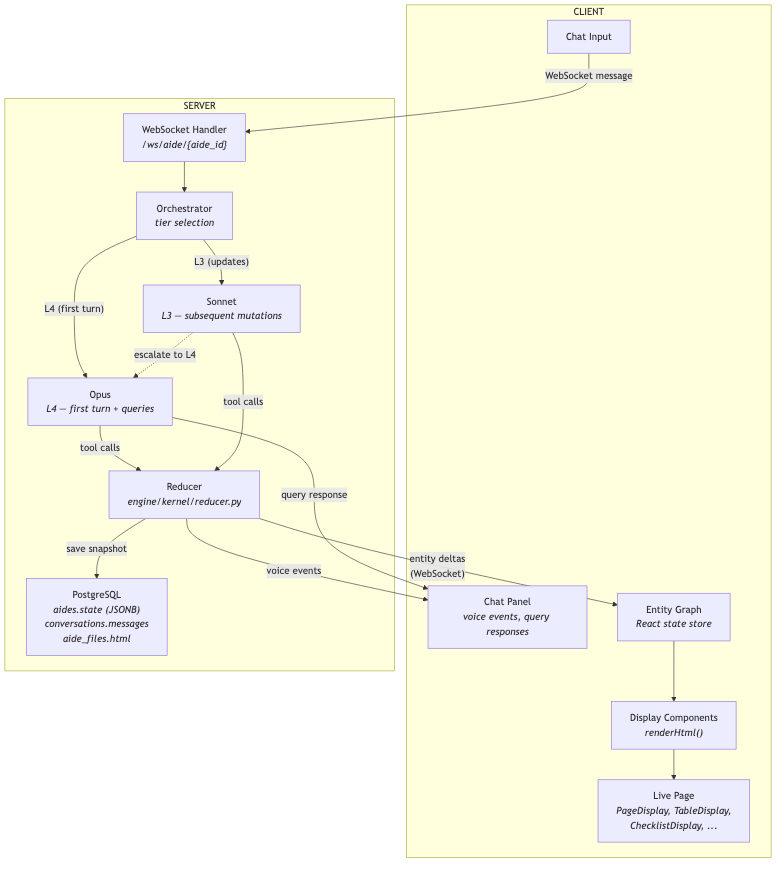
The Mermaid diagram docs/eng_design/aide_architecture.png in zcancio/aide, before a commit. Its source is kept beside it as docs/eng_design/aide_architecture.mmd.
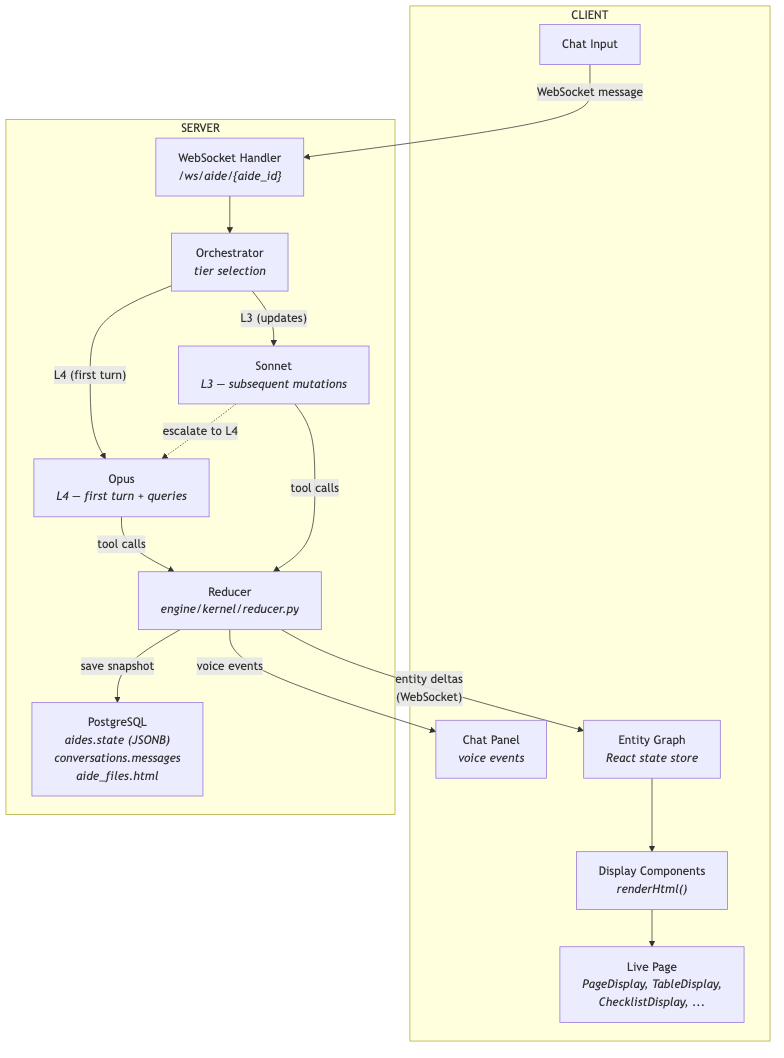
After the change.

Commit message:
docs: all responses flow through reducer via voice tool call

The edit, as a diff of the source:
```diff
@@ -2,7 +2,7 @@
     subgraph CLIENT["CLIENT"]
         direction TB
         INPUT["Chat Input"]
-        CHAT["Chat Panel<br/><i>voice events, query responses</i>"]
+        CHAT["Chat Panel<br/><i>voice events</i>"]
         GRAPH["Entity Graph<br/><i>React state store</i>"]
         RENDERER["Display Components<br/><i>renderHtml()</i>"]
         PAGE["Live Page<br/><i>PageDisplay, TableDisplay,<br/>ChecklistDisplay, ...</i>"]
@@ -36,4 +36,3 @@
     INPUT -->|"WebSocket message"| WS
     REDUCER -->|"entity deltas<br/>(WebSocket)"| GRAPH
     REDUCER -->|"voice events"| CHAT
-    OPUS -->|"query response"| CHAT
```
